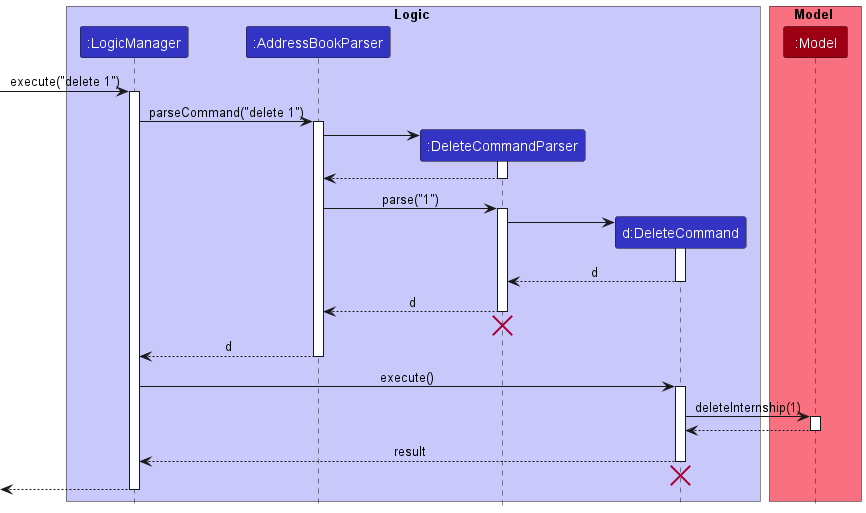
This is docs/images/DeleteSequenceDiagram2.png from nus-cs2103-AY2223S2/tp, a PlantUML export, as it was before one commit.
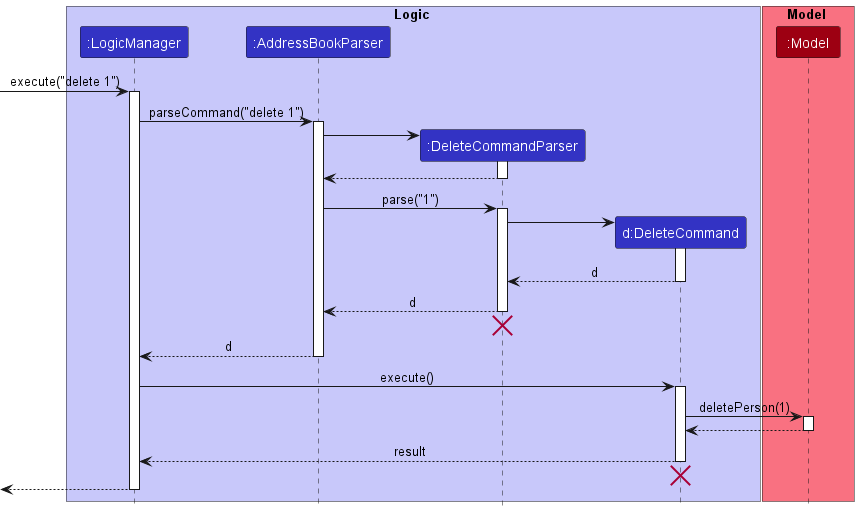
Above is the later version.

Commit message:
Fix method name in DeleteSequenceDiagram Update UiClassDiagram Add description for UG and DG Add note for each UML diagram about PlantUML limitation

What changed in the source:
```diff
@@ -47,7 +47,7 @@
 LogicManager -> DeleteCommand : execute()
 activate DeleteCommand
 
-DeleteCommand -> Model : deleteInternship(1)
+DeleteCommand -> Model : deletePerson(1)
 activate Model
 
 Model --> DeleteCommand
```
